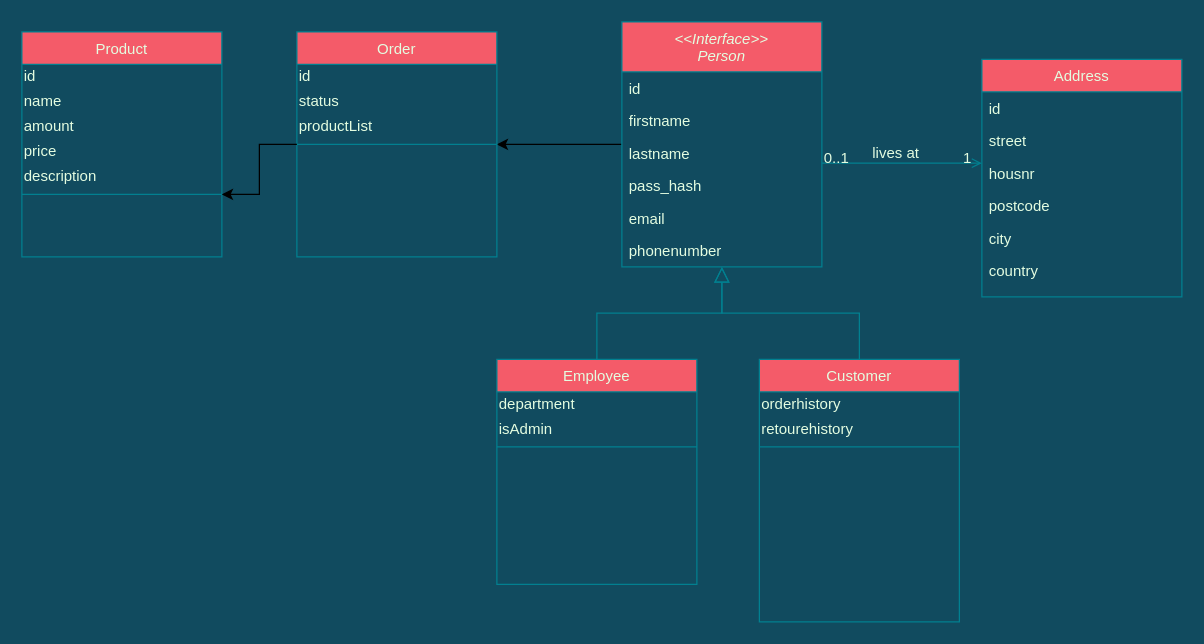
kzi90/ProjekteWI_1 keeps this draw.io diagram as diagrams/Class_Diagramm.drawio. Above is the earlier version. Source tidied: cells renumbered, new cells numbered last; positions are measured from the earlier drawing's top-left corner, leaving out a move shared by most shapes. Both pictures are drawn from the tidied source at 125%, with x=0, y=0 at pixel (21, 21).
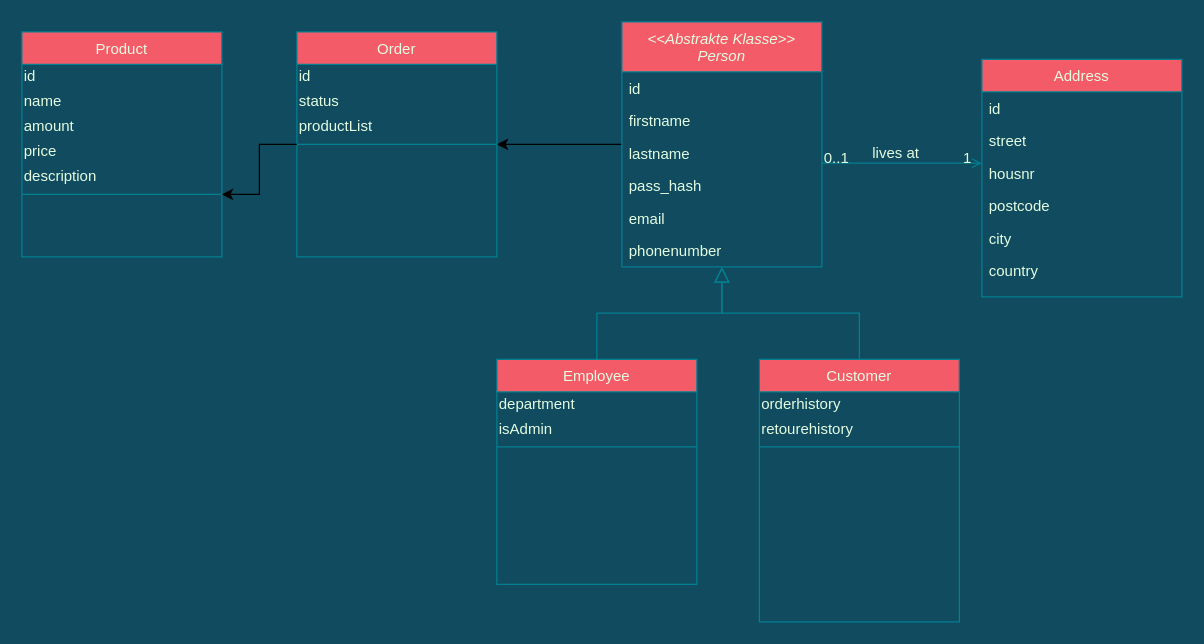
The same page after the edit.

What changed in the source:
```diff
@@
-    <mxCell id="3" value="&lt;&lt;Interface&gt;&gt;&#10;Person" style="swimlane;fontStyle=2;align=center;verticalAlign=top;horizontal=1;startSize=40;rounded=0;shadow=0;strokeWidth=1;fillColor=#F45B69;strokeColor=#028090;fontColor=#E4FDE1;" parent="1" vertex="1">
+    <mxCell id="3" value="&lt;&lt;Abstrakte Klasse&gt;&gt;&#10;Person" style="swimlane;fontStyle=2;align=center;verticalAlign=top;horizontal=1;startSize=40;rounded=0;shadow=0;strokeWidth=1;fillColor=#F45B69;strokeColor=#028090;fontColor=#E4FDE1;" parent="1" vertex="1">
       <mxGeometry x="480" width="160" height="196" as="geometry" />
     </mxCell>
```
